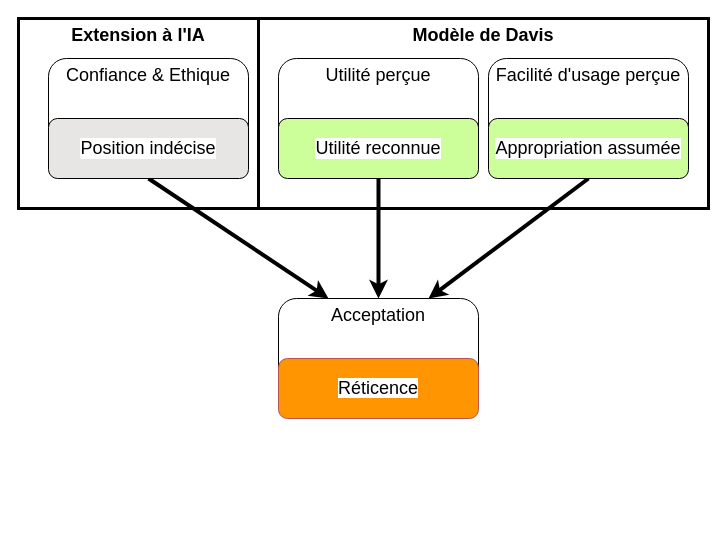
Before: page "Réponses questionnaire-Méthode TAM Adaptée" (4 of 5) of Relation individu-données-technologies.drawio in Fabrice-64/Drawings, a draw.io diagram. Source tidied: cells renumbered, new cells numbered last; positions are measured from the earlier drawing's top-left corner, leaving out a move shared by most shapes. Both pictures are drawn from the tidied source at 100%, with x=0, y=0 at pixel (18, 18).
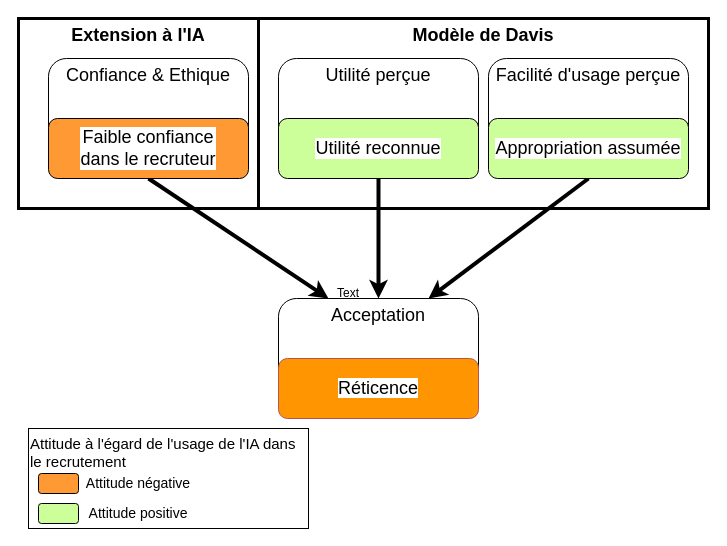
The same diagram, later.

Commit message:
Mettre à jour Relation individu-données-technologies.drawio

The edit, as a diff of the source:
```diff
@@
-    <mxCell id="12" value="&lt;span style=&quot;font-size: 18px;&quot;&gt;Position indécise&lt;/span&gt;" style="rounded=1;whiteSpace=wrap;html=1;labelBackgroundColor=default;fillColor=light-dark(#e7e6e4, #ededed);" parent="1" vertex="1">
+    <mxCell id="12" value="&lt;span style=&quot;font-size: 18px;&quot;&gt;Faible confiance &lt;br&gt;dans le recruteur&lt;/span&gt;" style="rounded=1;whiteSpace=wrap;html=1;labelBackgroundColor=default;fillColor=light-dark(#FF9933,#EDEDED);" parent="1" vertex="1">
       <mxGeometry x="30" y="100" width="200" height="60" as="geometry" />
     </mxCell>
@@
+    <mxCell id="16" value="&lt;span style=&quot;font-size: 15px;&quot;&gt;Attitude à l'égard de l'usage de l'IA dans le recrutement&lt;/span&gt;" style="rounded=0;whiteSpace=wrap;html=1;align=left;verticalAlign=top;" parent="1" vertex="1">
+      <mxGeometry x="10" y="410" width="280" height="100" as="geometry" />
+    </mxCell>
+    <mxCell id="17" value="Text" style="text;html=1;align=center;verticalAlign=middle;whiteSpace=wrap;rounded=0;" parent="1" vertex="1">
+      <mxGeometry x="300" y="260" width="60" height="30" as="geometry" />
+    </mxCell>
+    <mxCell id="18" style="group;" parent="1" vertex="1">
+      <mxGeometry x="20" y="450" width="160" height="30" as="geometry" />
+    </mxCell>
+    <mxCell id="19" style="rounded=1;whiteSpace=wrap;html=1;fillColor=#FF9933;" parent="18" vertex="1">
+      <mxGeometry y="5" width="40" height="20" as="geometry" />
+    </mxCell>
+    <mxCell id="20" value="&lt;font style=&quot;font-size: 14px;&quot;&gt;Attitude négative&lt;/font&gt;" style="text;html=1;align=center;verticalAlign=middle;whiteSpace=wrap;rounded=0;" parent="18" vertex="1">
+      <mxGeometry x="40" width="120" height="30" as="geometry" />
+    </mxCell>
+    <mxCell id="21" style="group;" parent="1" vertex="1">
+      <mxGeometry x="20" y="480" width="160" height="30" as="geometry" />
+    </mxCell>
+    <mxCell id="22" style="rounded=1;whiteSpace=wrap;html=1;fillColor=light-dark(#CCFF99,#EDEDED);" parent="21" vertex="1">
+      <mxGeometry y="5" width="40" height="20" as="geometry" />
+    </mxCell>
+    <mxCell id="23" value="&lt;font style=&quot;font-size: 14px;&quot;&gt;Attitude positive&lt;/font&gt;" style="text;html=1;align=center;verticalAlign=middle;whiteSpace=wrap;rounded=0;" parent="21" vertex="1">
+      <mxGeometry x="40" width="120" height="30" as="geometry" />
+    </mxCell>
```
